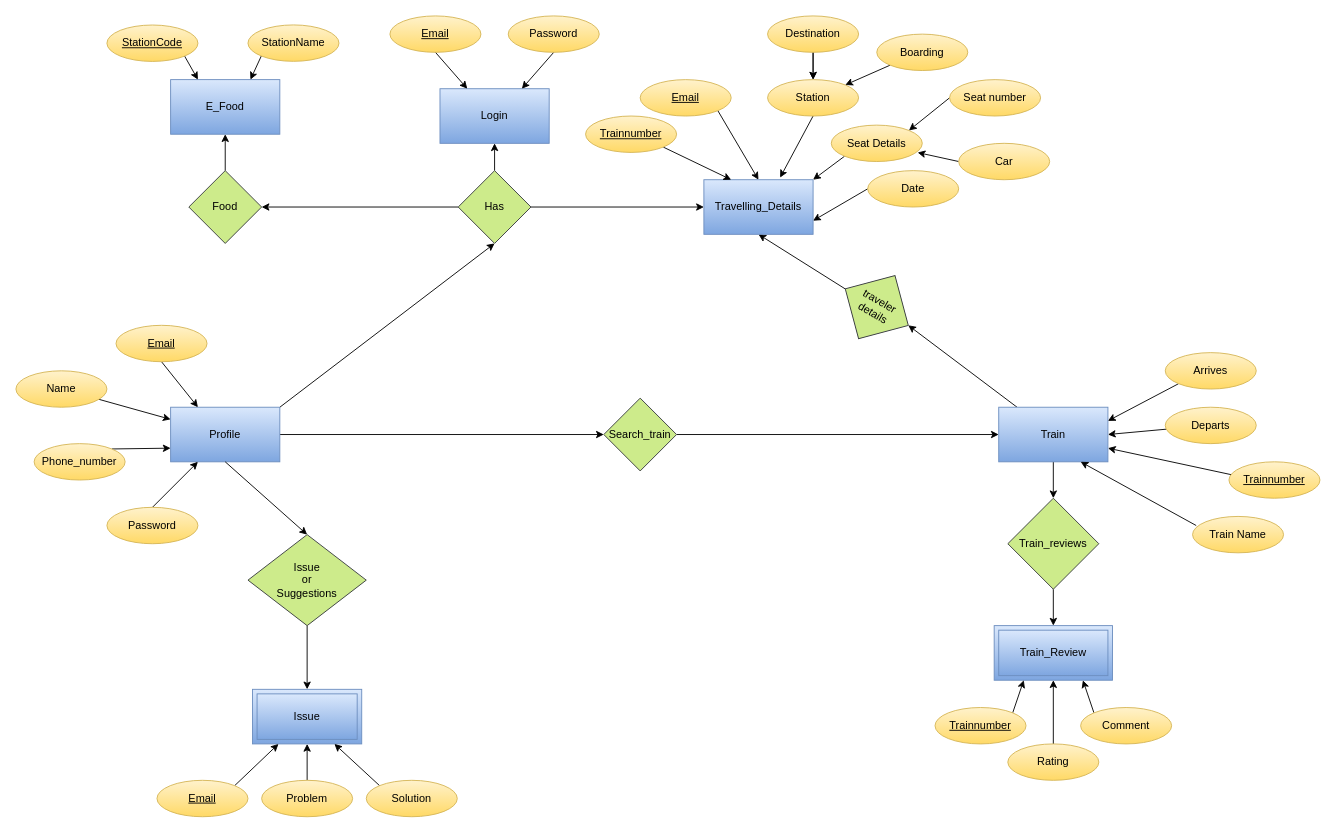
This is page "Page-1" (1 of 3) of ERdiagram.drawio from KarandeepSinghCoder/DBMSJcomponent, a draw.io file, before an edit. Source tidied: cells renumbered, new cells numbered last; positions are measured from the earlier drawing's top-left corner, leaving out a move shared by most shapes. Both pictures are drawn from the tidied source at 91%, with x=0, y=0 at pixel (15, 15).
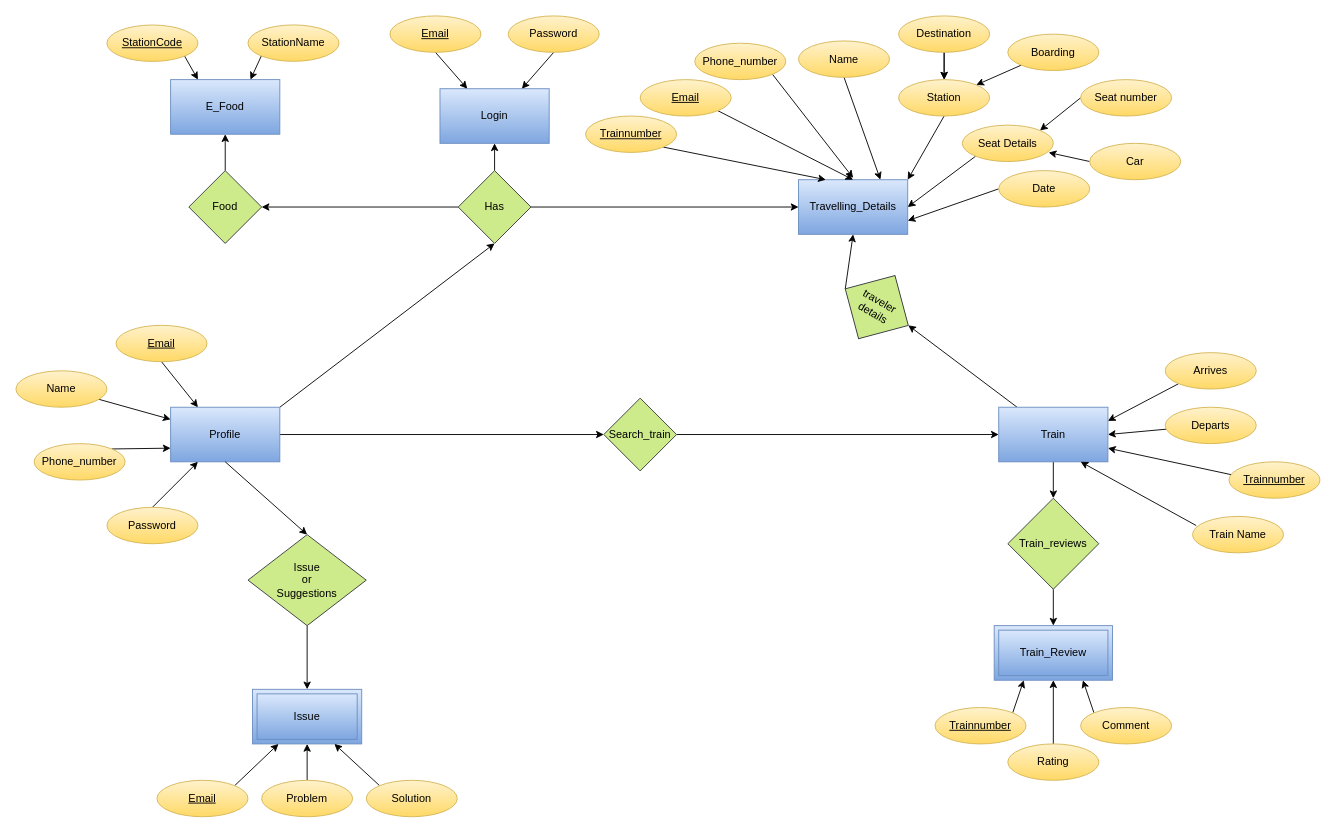
Above is the later version.

Unchanged cells that the change refers to:
```xml
<mxCell id="21" value="traveler&lt;br&gt;details" style="rhombus;whiteSpace=wrap;html=1;rounded=0;rotation=30;fillColor=#cdeb8b;strokeColor=#36393d;" parent="1" vertex="1">
  <mxGeometry x="906" y="280" width="80" height="80" as="geometry" />
</mxCell>
```

Diff of the diagram source:
```diff
@@
     <mxCell id="23" value="Travelling_Details" style="whiteSpace=wrap;html=1;rounded=0;fillColor=#dae8fc;strokeColor=#6c8ebf;gradientColor=#7ea6e0;" parent="1" vertex="1">
-      <mxGeometry x="756" y="180" width="120" height="60" as="geometry" />
+      <mxGeometry x="860" y="180" width="120" height="60" as="geometry" />
     </mxCell>
@@
     <mxCell id="62" value="Date" style="ellipse;whiteSpace=wrap;html=1;align=center;rounded=0;fillColor=#fff2cc;strokeColor=#d6b656;gradientColor=#ffd966;" parent="1" vertex="1">
-      <mxGeometry x="936" y="170" width="100" height="40" as="geometry" />
+      <mxGeometry x="1080" y="170" width="100" height="40" as="geometry" />
     </mxCell>
-    <mxCell id="63" style="edgeStyle=none;rounded=0;jettySize=auto;html=1;exitX=0.5;exitY=1;exitDx=0;exitDy=0;entryX=0.698;entryY=-0.039;entryDx=0;entryDy=0;entryPerimeter=0;" parent="1" edge="1" source="64" target="23">
+    <mxCell id="63" style="edgeStyle=none;rounded=0;jettySize=auto;html=1;exitX=0.5;exitY=1;exitDx=0;exitDy=0;entryX=1;entryY=0;entryDx=0;entryDy=0;" parent="1" edge="1" source="64" target="23">
       <mxGeometry relative="1" as="geometry" />
     </mxCell>
     <mxCell id="64" value="Station" style="ellipse;whiteSpace=wrap;html=1;align=center;rounded=0;fillColor=#fff2cc;strokeColor=#d6b656;gradientColor=#ffd966;" parent="1" vertex="1">
-      <mxGeometry x="826" y="70" width="100" height="40" as="geometry" />
+      <mxGeometry x="970" y="70" width="100" height="40" as="geometry" />
     </mxCell>
@@
     <mxCell id="67" value="Destination" style="ellipse;whiteSpace=wrap;html=1;align=center;rounded=0;fillColor=#fff2cc;strokeColor=#d6b656;gradientColor=#ffd966;" parent="1" vertex="1">
-      <mxGeometry x="826" width="100" height="40" as="geometry" />
+      <mxGeometry x="970" width="100" height="40" as="geometry" />
     </mxCell>
@@
     <mxCell id="69" value="Boarding" style="ellipse;whiteSpace=wrap;html=1;align=center;rounded=0;fillColor=#fff2cc;strokeColor=#d6b656;gradientColor=#ffd966;" parent="1" vertex="1">
-      <mxGeometry x="946" y="20" width="100" height="40" as="geometry" />
+      <mxGeometry x="1090" y="20" width="100" height="40" as="geometry" />
     </mxCell>
-    <mxCell id="70" style="edgeStyle=none;rounded=0;jettySize=auto;html=1;exitX=0;exitY=1;exitDx=0;exitDy=0;entryX=1;entryY=0;entryDx=0;entryDy=0;" parent="1" edge="1" source="71" target="23">
+    <mxCell id="70" style="edgeStyle=none;rounded=0;jettySize=auto;html=1;exitX=0;exitY=1;exitDx=0;exitDy=0;entryX=1;entryY=0.5;entryDx=0;entryDy=0;" parent="1" edge="1" source="71" target="23">
       <mxGeometry relative="1" as="geometry" />
     </mxCell>
     <mxCell id="71" value="Seat Details" style="ellipse;whiteSpace=wrap;html=1;align=center;rounded=0;fillColor=#fff2cc;strokeColor=#d6b656;gradientColor=#ffd966;" parent="1" vertex="1">
-      <mxGeometry x="896" y="120" width="100" height="40" as="geometry" />
+      <mxGeometry x="1040" y="120" width="100" height="40" as="geometry" />
     </mxCell>
@@
     <mxCell id="73" value="Seat number" style="ellipse;whiteSpace=wrap;html=1;align=center;rounded=0;fillColor=#fff2cc;strokeColor=#d6b656;gradientColor=#ffd966;" parent="1" vertex="1">
-      <mxGeometry x="1026" y="70" width="100" height="40" as="geometry" />
+      <mxGeometry x="1170" y="70" width="100" height="40" as="geometry" />
     </mxCell>
@@
     <mxCell id="75" value="Car" style="ellipse;whiteSpace=wrap;html=1;align=center;rounded=0;fillColor=#fff2cc;strokeColor=#d6b656;gradientColor=#ffd966;" parent="1" vertex="1">
-      <mxGeometry x="1036" y="140" width="100" height="40" as="geometry" />
+      <mxGeometry x="1180" y="140" width="100" height="40" as="geometry" />
     </mxCell>
@@
-    <mxCell id="78" style="edgeStyle=none;rounded=0;orthogonalLoop=1;jettySize=auto;html=1;exitX=1;exitY=0;exitDx=0;exitDy=0;" parent="1" edge="1" source="21" target="21">
-      <mxGeometry relative="1" as="geometry" />
+    <mxCell id="78" style="edgeStyle=none;rounded=0;orthogonalLoop=1;jettySize=auto;html=1;exitX=1;exitY=0;exitDx=0;exitDy=0;" parent="1" edge="1">
+      <mxGeometry relative="1" as="geometry">
+        <mxPoint x="1003.3" y="315.2" as="sourcePoint" />
+        <mxPoint x="1003.3" y="315.2" as="targetPoint" />
+      </mxGeometry>
     </mxCell>
@@
+    <mxCell id="84" style="edgeStyle=none;rounded=0;jettySize=auto;html=1;exitX=0.5;exitY=1;exitDx=0;exitDy=0;entryX=0.75;entryY=0;entryDx=0;entryDy=0;" parent="1" edge="1" source="85" target="23">
+      <mxGeometry relative="1" as="geometry" />
+    </mxCell>
+    <mxCell id="85" value="Name" style="ellipse;whiteSpace=wrap;html=1;align=center;rounded=0;gradientColor=#ffd966;fillColor=#fff2cc;strokeColor=#d6b656;" parent="1" vertex="1">
+      <mxGeometry x="860" y="27.5" width="100" height="40" as="geometry" />
+    </mxCell>
+    <mxCell id="86" style="rounded=0;jettySize=auto;html=1;exitX=1;exitY=1;exitDx=0;exitDy=0;" parent="1" edge="1" source="87">
+      <mxGeometry relative="1" as="geometry">
+        <mxPoint x="920" y="178" as="targetPoint" />
+      </mxGeometry>
+    </mxCell>
+    <mxCell id="87" value="Phone_number" style="ellipse;whiteSpace=wrap;html=1;align=center;rounded=0;gradientColor=#ffd966;fillColor=#fff2cc;strokeColor=#d6b656;" parent="1" vertex="1">
+      <mxGeometry x="746" y="30" width="100" height="40" as="geometry" />
+    </mxCell>
```
